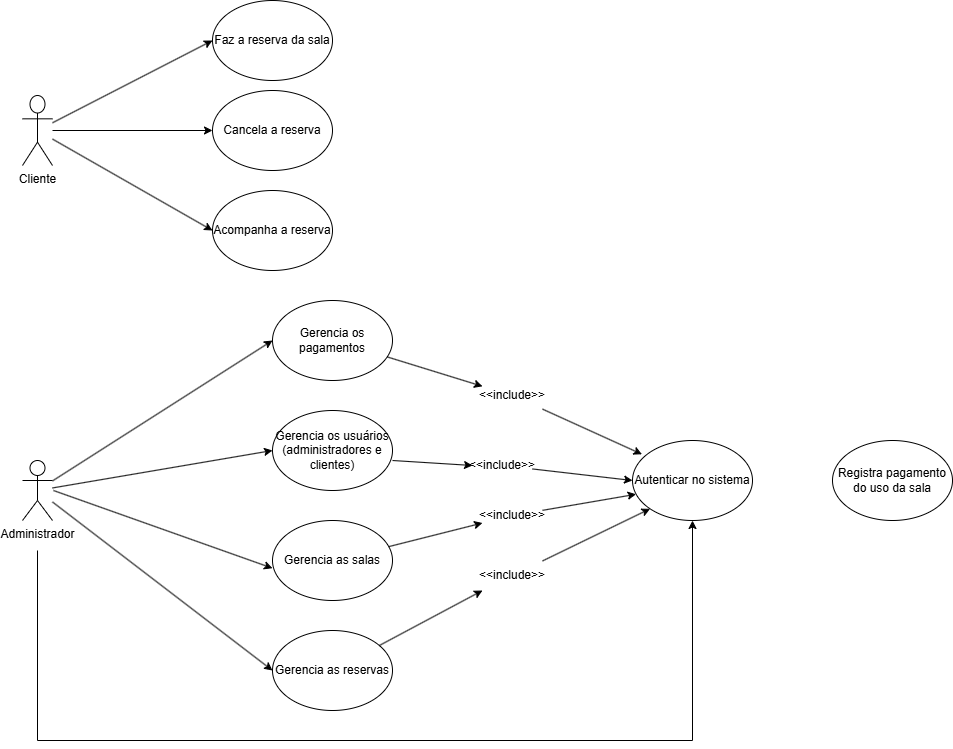
Above: docs/img/diagrama_caso_uso.PNG in ICEI-PUC-Minas-PMV-ADS/pmv-ads-2024-2-e2-proj-int-t6-pmv-ads-2024-2-e2-proj-int-t6-IntApplicationProject-Template (draw.io), before the change. Source tidied: cells renumbered, new cells last; positions are measured from the earlier drawing's top-left corner, leaving out a move shared by most shapes. Its diagram source:
```xml
<mxGraphModel>
  <root>
    <mxCell id="0" />
    <mxCell id="1" parent="0" />
    <mxCell id="2" style="rounded=0;jettySize=auto;html=1;entryX=0;entryY=0.5;entryDx=0;entryDy=0;" parent="1" edge="1" source="5" target="11">
      <mxGeometry relative="1" as="geometry" />
    </mxCell>
    <mxCell id="3" style="rounded=0;jettySize=auto;html=1;entryX=0;entryY=0.5;entryDx=0;entryDy=0;" parent="1" edge="1" source="5" target="18">
      <mxGeometry relative="1" as="geometry" />
    </mxCell>
    <mxCell id="4" style="rounded=0;jettySize=auto;html=1;entryX=0;entryY=0.5;entryDx=0;entryDy=0;" parent="1" edge="1" source="5" target="21">
      <mxGeometry relative="1" as="geometry" />
    </mxCell>
    <mxCell id="5" value="Cliente" style="shape=umlActor;verticalLabelPosition=bottom;verticalAlign=top;html=1;outlineConnect=0;" parent="1" vertex="1">
      <mxGeometry y="95" width="30" height="70" as="geometry" />
    </mxCell>
    <mxCell id="6" style="rounded=0;jettySize=auto;html=1;entryX=0;entryY=0.5;entryDx=0;entryDy=0;" parent="1" edge="1" source="10" target="16">
      <mxGeometry relative="1" as="geometry" />
    </mxCell>
    <mxCell id="7" style="rounded=0;jettySize=auto;html=1;entryX=0;entryY=0.5;entryDx=0;entryDy=0;" parent="1" edge="1" source="10" target="12">
      <mxGeometry relative="1" as="geometry" />
    </mxCell>
    <mxCell id="8" style="rounded=0;jettySize=auto;html=1;entryX=0;entryY=0.5;entryDx=0;entryDy=0;" parent="1" edge="1" source="10" target="17">
      <mxGeometry relative="1" as="geometry" />
    </mxCell>
    <mxCell id="9" style="edgeStyle=orthogonalEdgeStyle;rounded=0;jettySize=auto;html=1;entryX=0.5;entryY=1;entryDx=0;entryDy=0;" parent="1" edge="1" target="19">
      <mxGeometry relative="1" as="geometry">
        <mxPoint x="15" y="550" as="sourcePoint" />
        <Array as="points">
          <mxPoint x="15" y="740" />
          <mxPoint x="670" y="740" />
        </Array>
      </mxGeometry>
    </mxCell>
    <mxCell id="10" value="Administrador" style="shape=umlActor;verticalLabelPosition=bottom;verticalAlign=top;html=1;outlineConnect=0;" parent="1" vertex="1">
      <mxGeometry y="460" width="30" height="60" as="geometry" />
    </mxCell>
    <mxCell id="11" value="Faz a reserva da sala" style="ellipse;whiteSpace=wrap;html=1;" parent="1" vertex="1">
      <mxGeometry x="190" width="120" height="80" as="geometry" />
    </mxCell>
    <mxCell id="12" value="Gerencia os usuários (administradores e clientes)" style="ellipse;whiteSpace=wrap;html=1;" parent="1" vertex="1">
      <mxGeometry x="250" y="410" width="120" height="80" as="geometry" />
    </mxCell>
    <mxCell id="13" style="rounded=0;jettySize=auto;html=1;" parent="1" edge="1" source="28">
      <mxGeometry relative="1" as="geometry">
        <mxPoint x="520" y="510" as="targetPoint" />
      </mxGeometry>
    </mxCell>
    <mxCell id="14" value="Gerencia as salas&lt;span style=&quot;color: rgba(0, 0, 0, 0); font-family: monospace; font-size: 0px; text-align: start; text-wrap-mode: nowrap;&quot;&gt;%3CmxGraphModel%3E%3Croot%3E%3CmxCell%20id%3D%220%22%2F%3E%3CmxCell%20id%3D%221%22%20parent%3D%220%22%2F%3E%3CmxCell%20id%3D%222%22%20value%3D%22Gerencia%20os%20clientes%22%20style%3D%22ellipse%3BwhiteSpace%3Dwrap%3Bhtml%3D1%3B%22%20vertex%3D%221%22%20parent%3D%221%22%3E%3CmxGeometry%20x%3D%22250%22%20y%3D%22460%22%20width%3D%22120%22%20height%3D%2280%22%20as%3D%22geometry%22%2F%3E%3C%2FmxCell%3E%3C%2Froot%3E%3C%2FmxGraphModel%3E&lt;/span&gt;" style="ellipse;whiteSpace=wrap;html=1;" parent="1" vertex="1">
      <mxGeometry x="250" y="520" width="120" height="80" as="geometry" />
    </mxCell>
    <mxCell id="15" style="rounded=0;jettySize=auto;html=1;entryX=0.079;entryY=0.172;entryDx=0;entryDy=0;entryPerimeter=0;" parent="1" edge="1" source="24" target="19">
      <mxGeometry relative="1" as="geometry" />
    </mxCell>
    <mxCell id="16" value="Gerencia os pagamentos" style="ellipse;whiteSpace=wrap;html=1;" parent="1" vertex="1">
      <mxGeometry x="250" y="300" width="120" height="80" as="geometry" />
    </mxCell>
    <mxCell id="17" value="Gerencia as reservas" style="ellipse;whiteSpace=wrap;html=1;" parent="1" vertex="1">
      <mxGeometry x="250" y="630" width="120" height="80" as="geometry" />
    </mxCell>
    <mxCell id="18" value="Cancela a reserva" style="ellipse;whiteSpace=wrap;html=1;" parent="1" vertex="1">
      <mxGeometry x="190" y="90" width="120" height="80" as="geometry" />
    </mxCell>
    <mxCell id="19" value="Autenticar no sistema" style="ellipse;whiteSpace=wrap;html=1;" parent="1" vertex="1">
      <mxGeometry x="610" y="440" width="120" height="80" as="geometry" />
    </mxCell>
    <mxCell id="20" value="Registra pagamento do uso da sala" style="ellipse;whiteSpace=wrap;html=1;" parent="1" vertex="1">
      <mxGeometry x="810" y="440" width="120" height="80" as="geometry" />
    </mxCell>
    <mxCell id="21" value="Acompanha a reserva" style="ellipse;whiteSpace=wrap;html=1;" parent="1" vertex="1">
      <mxGeometry x="190" y="190" width="120" height="80" as="geometry" />
    </mxCell>
    <mxCell id="22" style="rounded=0;orthogonalLoop=1;jettySize=auto;html=1;entryX=-0.008;entryY=0.663;entryDx=0;entryDy=0;entryPerimeter=0;" parent="1" edge="1">
      <mxGeometry relative="1" as="geometry">
        <mxPoint x="31" y="490" as="sourcePoint" />
        <mxPoint x="250" y="567.7" as="targetPoint" />
      </mxGeometry>
    </mxCell>
    <mxCell id="23" style="rounded=0;jettySize=auto;html=1;" parent="1" edge="1" source="16" target="24">
      <mxGeometry relative="1" as="geometry" />
    </mxCell>
    <mxCell id="24" value="&amp;lt;&amp;lt;include&amp;gt;&amp;gt;" style="text;html=1;align=center;verticalAlign=middle;whiteSpace=wrap;rounded=0;" parent="1" vertex="1">
      <mxGeometry x="460" y="380" width="60" height="30" as="geometry" />
    </mxCell>
    <mxCell id="25" style="rounded=0;jettySize=auto;html=1;entryX=0;entryY=0.5;entryDx=0;entryDy=0;" parent="1" edge="1" source="31" target="19">
      <mxGeometry relative="1" as="geometry" />
    </mxCell>
    <mxCell id="26" style="rounded=0;jettySize=auto;html=1;" parent="1" edge="1" source="14" target="28">
      <mxGeometry relative="1" as="geometry" />
    </mxCell>
    <mxCell id="27" style="rounded=0;jettySize=auto;html=1;entryX=0.03;entryY=0.672;entryDx=0;entryDy=0;entryPerimeter=0;" parent="1" edge="1" source="28" target="19">
      <mxGeometry relative="1" as="geometry" />
    </mxCell>
    <mxCell id="28" value="&amp;lt;&amp;lt;include&amp;gt;&amp;gt;" style="text;html=1;align=center;verticalAlign=middle;whiteSpace=wrap;rounded=0;" parent="1" vertex="1">
      <mxGeometry x="460" y="500" width="60" height="30" as="geometry" />
    </mxCell>
    <mxCell id="29" style="rounded=0;jettySize=auto;html=1;entryX=0;entryY=1;entryDx=0;entryDy=0;" parent="1" edge="1" source="33" target="19">
      <mxGeometry relative="1" as="geometry" />
    </mxCell>
    <mxCell id="30" style="rounded=0;jettySize=auto;html=1;entryX=0;entryY=0.5;entryDx=0;entryDy=0;" parent="1" edge="1" target="31">
      <mxGeometry relative="1" as="geometry">
        <mxPoint x="370" y="460" as="sourcePoint" />
      </mxGeometry>
    </mxCell>
    <mxCell id="31" value="&amp;lt;&amp;lt;include&amp;gt;&amp;gt;" style="text;html=1;align=center;verticalAlign=middle;whiteSpace=wrap;rounded=0;" parent="1" vertex="1">
      <mxGeometry x="450" y="450" width="60" height="30" as="geometry" />
    </mxCell>
    <mxCell id="32" style="rounded=0;jettySize=auto;html=1;entryX=0;entryY=1;entryDx=0;entryDy=0;" parent="1" edge="1" source="17" target="33">
      <mxGeometry relative="1" as="geometry" />
    </mxCell>
    <mxCell id="33" value="&amp;lt;&amp;lt;include&amp;gt;&amp;gt;" style="text;html=1;align=center;verticalAlign=middle;whiteSpace=wrap;rounded=0;" parent="1" vertex="1">
      <mxGeometry x="460" y="560" width="60" height="30" as="geometry" />
    </mxCell>
  </root>
</mxGraphModel>
```
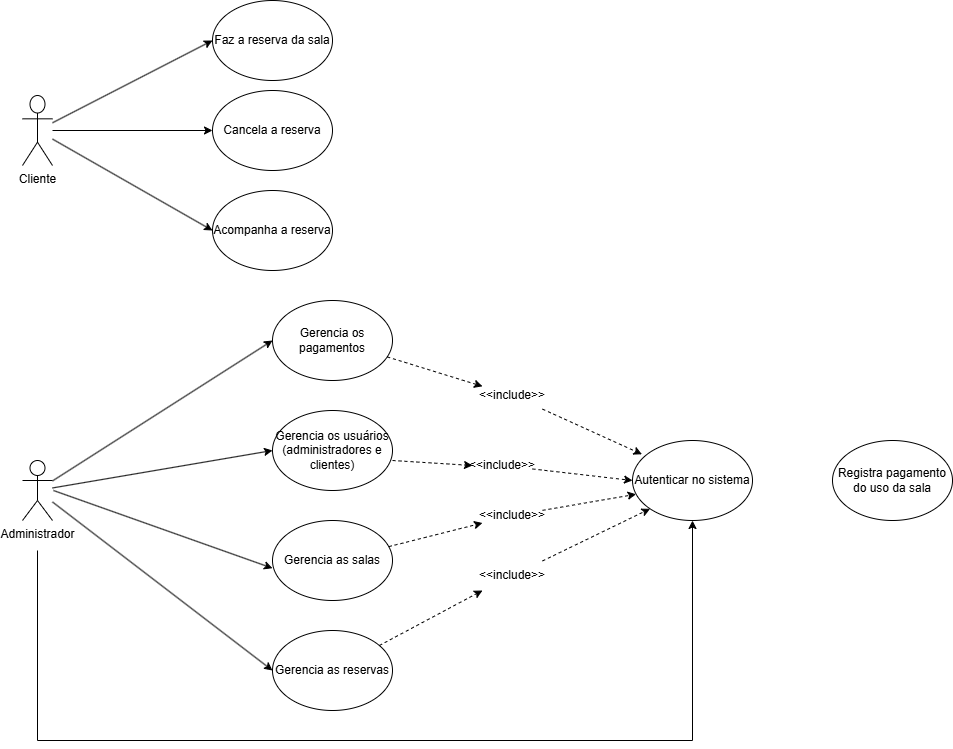
The same diagram one commit later.

Commit message:
diagrama de caso de uso

Change to the diagram source:
```diff
@@ -49,7 +49,7 @@
     <mxCell id="14" value="Gerencia as salas&lt;span style=&quot;color: rgba(0, 0, 0, 0); font-family: monospace; font-size: 0px; text-align: start; text-wrap-mode: nowrap;&quot;&gt;%3CmxGraphModel%3E%3Croot%3E%3CmxCell%20id%3D%220%22%2F%3E%3CmxCell%20id%3D%221%22%20parent%3D%220%22%2F%3E%3CmxCell%20id%3D%222%22%20value%3D%22Gerencia%20os%20clientes%22%20style%3D%22ellipse%3BwhiteSpace%3Dwrap%3Bhtml%3D1%3B%22%20vertex%3D%221%22%20parent%3D%221%22%3E%3CmxGeometry%20x%3D%22250%22%20y%3D%22460%22%20width%3D%22120%22%20height%3D%2280%22%20as%3D%22geometry%22%2F%3E%3C%2FmxCell%3E%3C%2Froot%3E%3C%2FmxGraphModel%3E&lt;/span&gt;" style="ellipse;whiteSpace=wrap;html=1;" parent="1" vertex="1">
       <mxGeometry x="250" y="520" width="120" height="80" as="geometry" />
     </mxCell>
-    <mxCell id="15" style="rounded=0;jettySize=auto;html=1;entryX=0.079;entryY=0.172;entryDx=0;entryDy=0;entryPerimeter=0;" parent="1" edge="1" source="24" target="19">
+    <mxCell id="15" style="rounded=0;jettySize=auto;html=1;entryX=0.079;entryY=0.172;entryDx=0;entryDy=0;entryPerimeter=0;dashed=1;" parent="1" edge="1" source="24" target="19">
       <mxGeometry relative="1" as="geometry" />
     </mxCell>
     <mxCell id="16" value="Gerencia os pagamentos" style="ellipse;whiteSpace=wrap;html=1;" parent="1" vertex="1">
@@ -76,28 +76,28 @@
         <mxPoint x="250" y="567.7" as="targetPoint" />
       </mxGeometry>
     </mxCell>
-    <mxCell id="23" style="rounded=0;jettySize=auto;html=1;" parent="1" edge="1" source="16" target="24">
+    <mxCell id="23" style="rounded=0;jettySize=auto;html=1;dashed=1;" parent="1" edge="1" source="16" target="24">
       <mxGeometry relative="1" as="geometry" />
     </mxCell>
     <mxCell id="24" value="&amp;lt;&amp;lt;include&amp;gt;&amp;gt;" style="text;html=1;align=center;verticalAlign=middle;whiteSpace=wrap;rounded=0;" parent="1" vertex="1">
       <mxGeometry x="460" y="380" width="60" height="30" as="geometry" />
     </mxCell>
-    <mxCell id="25" style="rounded=0;jettySize=auto;html=1;entryX=0;entryY=0.5;entryDx=0;entryDy=0;" parent="1" edge="1" source="31" target="19">
+    <mxCell id="25" style="rounded=0;jettySize=auto;html=1;entryX=0;entryY=0.5;entryDx=0;entryDy=0;dashed=1;" parent="1" edge="1" source="31" target="19">
       <mxGeometry relative="1" as="geometry" />
     </mxCell>
-    <mxCell id="26" style="rounded=0;jettySize=auto;html=1;" parent="1" edge="1" source="14" target="28">
+    <mxCell id="26" style="rounded=0;jettySize=auto;html=1;dashed=1;" parent="1" edge="1" source="14" target="28">
       <mxGeometry relative="1" as="geometry" />
     </mxCell>
-    <mxCell id="27" style="rounded=0;jettySize=auto;html=1;entryX=0.03;entryY=0.672;entryDx=0;entryDy=0;entryPerimeter=0;" parent="1" edge="1" source="28" target="19">
+    <mxCell id="27" style="rounded=0;jettySize=auto;html=1;entryX=0.03;entryY=0.672;entryDx=0;entryDy=0;entryPerimeter=0;dashed=1;" parent="1" edge="1" source="28" target="19">
       <mxGeometry relative="1" as="geometry" />
     </mxCell>
     <mxCell id="28" value="&amp;lt;&amp;lt;include&amp;gt;&amp;gt;" style="text;html=1;align=center;verticalAlign=middle;whiteSpace=wrap;rounded=0;" parent="1" vertex="1">
       <mxGeometry x="460" y="500" width="60" height="30" as="geometry" />
     </mxCell>
-    <mxCell id="29" style="rounded=0;jettySize=auto;html=1;entryX=0;entryY=1;entryDx=0;entryDy=0;" parent="1" edge="1" source="33" target="19">
+    <mxCell id="29" style="rounded=0;jettySize=auto;html=1;entryX=0;entryY=1;entryDx=0;entryDy=0;dashed=1;" parent="1" edge="1" source="33" target="19">
       <mxGeometry relative="1" as="geometry" />
     </mxCell>
-    <mxCell id="30" style="rounded=0;jettySize=auto;html=1;entryX=0;entryY=0.5;entryDx=0;entryDy=0;" parent="1" edge="1" target="31">
+    <mxCell id="30" style="rounded=0;jettySize=auto;html=1;entryX=0;entryY=0.5;entryDx=0;entryDy=0;dashed=1;" parent="1" edge="1" target="31">
       <mxGeometry relative="1" as="geometry">
         <mxPoint x="370" y="460" as="sourcePoint" />
       </mxGeometry>
@@ -105,7 +105,7 @@
     <mxCell id="31" value="&amp;lt;&amp;lt;include&amp;gt;&amp;gt;" style="text;html=1;align=center;verticalAlign=middle;whiteSpace=wrap;rounded=0;" parent="1" vertex="1">
       <mxGeometry x="450" y="450" width="60" height="30" as="geometry" />
     </mxCell>
-    <mxCell id="32" style="rounded=0;jettySize=auto;html=1;entryX=0;entryY=1;entryDx=0;entryDy=0;" parent="1" edge="1" source="17" target="33">
+    <mxCell id="32" style="rounded=0;jettySize=auto;html=1;entryX=0;entryY=1;entryDx=0;entryDy=0;dashed=1;" parent="1" edge="1" source="17" target="33">
       <mxGeometry relative="1" as="geometry" />
     </mxCell>
     <mxCell id="33" value="&amp;lt;&amp;lt;include&amp;gt;&amp;gt;" style="text;html=1;align=center;verticalAlign=middle;whiteSpace=wrap;rounded=0;" parent="1" vertex="1">
```
